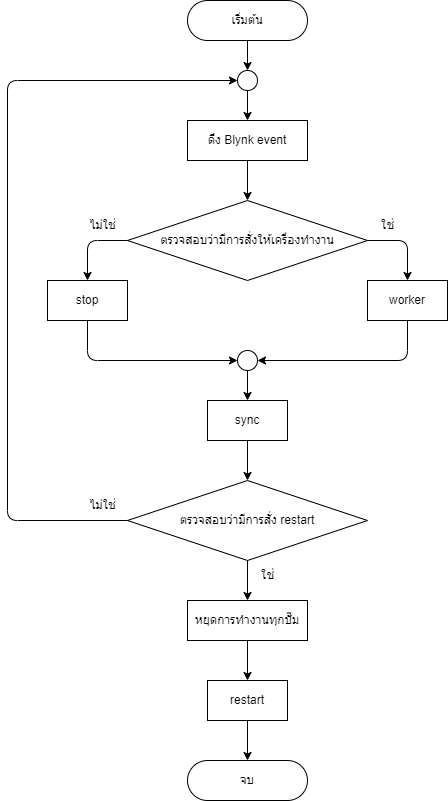
This is flowcharts/loop.png from thestampr/pHConditioner, a draw.io export, as it was before one commit. Source tidied: cells renumbered, new cells last; positions are measured from the earlier drawing's top-left corner, leaving out a move shared by most shapes.
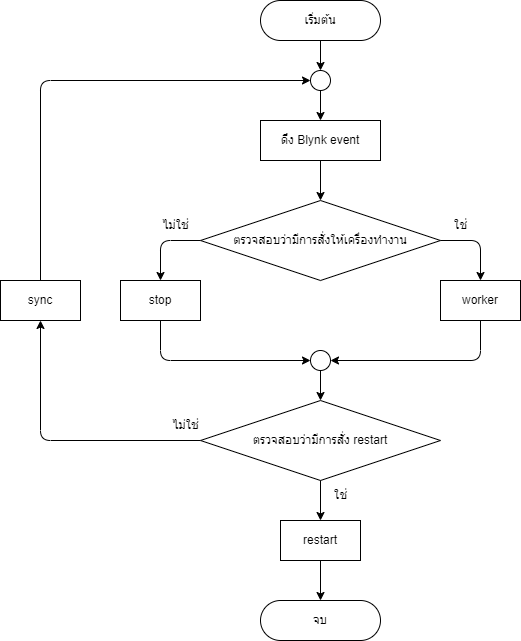
Above is the later version.

Change to the diagram source:
```diff
@@ -22,7 +22,7 @@
     <mxCell id="7" value="ดึง Blynk event" style="whiteSpace=wrap;html=1;rounded=0;labelBackgroundColor=none;comic=0;strokeColor=#000000;fontColor=#000000;fillColor=none;" parent="1" vertex="1">
       <mxGeometry x="260" y="120" width="120" height="40" as="geometry" />
     </mxCell>
-    <mxCell id="8" style="edgeStyle=none;html=1;strokeColor=#000000;fontColor=#000000;endArrow=classic;endFill=1;entryX=0.5;entryY=0;entryDx=0;entryDy=0;entryPerimeter=0;" parent="1" edge="1" source="9" target="30">
+    <mxCell id="8" style="edgeStyle=none;html=1;strokeColor=#000000;fontColor=#000000;endArrow=classic;endFill=1;entryX=0.5;entryY=0;entryDx=0;entryDy=0;" parent="1" edge="1" source="9" target="20">
       <mxGeometry relative="1" as="geometry" />
     </mxCell>
     <mxCell id="9" style="ellipse;whiteSpace=wrap;html=1;labelBackgroundColor=none;strokeColor=#000000;fontColor=#000000;fillColor=none;" parent="1" vertex="1">
@@ -72,59 +72,54 @@
         </Array>
       </mxGeometry>
     </mxCell>
-    <mxCell id="18" style="edgeStyle=none;html=1;strokeColor=#000000;fontColor=#000000;endArrow=classic;endFill=1;entryX=0;entryY=0.5;entryDx=0;entryDy=0;" parent="1" edge="1" source="20" target="4">
-      <mxGeometry relative="1" as="geometry">
-        <Array as="points">
-          <mxPoint x="80" y="520" />
-          <mxPoint x="80" y="80" />
-        </Array>
-      </mxGeometry>
-    </mxCell>
-    <mxCell id="19" style="edgeStyle=none;html=1;strokeColor=#000000;fontColor=#000000;endArrow=classic;endFill=1;" parent="1" edge="1" source="20">
-      <mxGeometry relative="1" as="geometry">
-        <mxPoint x="320" y="600" as="targetPoint" />
-      </mxGeometry>
+    <mxCell id="19" style="edgeStyle=none;html=1;strokeColor=#000000;fontColor=#000000;endArrow=classic;endFill=1;entryX=0.5;entryY=0;entryDx=0;entryDy=0;" parent="1" edge="1" source="20" target="27">
+      <mxGeometry relative="1" as="geometry" />
     </mxCell>
+    <mxCell id="33" style="edgeStyle=none;html=1;strokeColor=#000000;entryX=0.5;entryY=1;entryDx=0;entryDy=0;" parent="1" edge="1" source="20" target="30">
+      <mxGeometry relative="1" as="geometry">
+        <Array as="points">
+          <mxPoint x="40" y="440" />
+        </Array>
+      </mxGeometry>
+    </mxCell>
     <mxCell id="20" value="ตรวจสอบว่ามีการสั่ง restart" style="rhombus;whiteSpace=wrap;html=1;rounded=0;labelBackgroundColor=none;comic=0;strokeColor=#000000;fontColor=#000000;fillColor=none;" parent="1" vertex="1">
-      <mxGeometry x="200" y="480" width="240" height="80" as="geometry" />
+      <mxGeometry x="200" y="400" width="240" height="80" as="geometry" />
     </mxCell>
-    <mxCell id="21" style="edgeStyle=none;jettySize=auto;html=1;strokeColor=#000000;fontColor=#000000;endArrow=classic;endFill=1;entryX=0.5;entryY=0;entryDx=0;entryDy=0;exitX=0.5;exitY=1;exitDx=0;exitDy=0;" parent="1" edge="1" source="30" target="20">
-      <mxGeometry relative="1" as="geometry" />
-    </mxCell>
     <mxCell id="22" value="ใช่" style="text;html=1;align=center;verticalAlign=middle;strokeColor=none;fillColor=none;fontColor=#000000;" parent="1" vertex="1">
-      <mxGeometry x="320" y="560" width="40" height="30" as="geometry" />
+      <mxGeometry x="320" y="480" width="40" height="30" as="geometry" />
     </mxCell>
     <mxCell id="23" value="ไม่ใช่" style="text;html=1;align=center;verticalAlign=middle;strokeColor=none;fillColor=none;fontColor=#000000;" parent="1" vertex="1">
-      <mxGeometry x="150" y="490" width="50" height="30" as="geometry" />
+      <mxGeometry x="160" y="410" width="50" height="30" as="geometry" />
     </mxCell>
-    <mxCell id="24" style="edgeStyle=none;html=1;strokeColor=#000000;fontColor=#000000;endArrow=classic;endFill=1;" parent="1" edge="1" source="25" target="27">
-      <mxGeometry relative="1" as="geometry" />
-    </mxCell>
-    <mxCell id="25" value="หยุดการทำงานทุกปั๊ม" style="whiteSpace=wrap;html=1;rounded=0;labelBackgroundColor=none;comic=0;strokeColor=#000000;fontColor=#000000;fillColor=none;" parent="1" vertex="1">
-      <mxGeometry x="260" y="600" width="120" height="40" as="geometry" />
-    </mxCell>
     <mxCell id="26" style="edgeStyle=none;html=1;strokeColor=#000000;fontColor=#000000;endArrow=classic;endFill=1;" parent="1" edge="1" source="27">
       <mxGeometry relative="1" as="geometry">
-        <mxPoint x="320" y="760" as="targetPoint" />
+        <mxPoint x="320" y="600" as="targetPoint" />
       </mxGeometry>
     </mxCell>
     <mxCell id="27" value="restart" style="whiteSpace=wrap;html=1;rounded=0;labelBackgroundColor=none;comic=0;strokeColor=#000000;fontColor=#000000;fillColor=none;" parent="1" vertex="1">
-      <mxGeometry x="280" y="680" width="80" height="40" as="geometry" />
+      <mxGeometry x="280" y="520" width="80" height="40" as="geometry" />
     </mxCell>
     <mxCell id="28" value="จบ" style="rounded=1;whiteSpace=wrap;html=1;fontSize=12;glass=0;strokeWidth=1;shadow=0;arcSize=50;fillColor=none;strokeColor=#000000;fontColor=#000000;" parent="1" vertex="1">
-      <mxGeometry x="260" y="760" width="120" height="40" as="geometry" />
+      <mxGeometry x="260" y="600" width="120" height="40" as="geometry" />
     </mxCell>
     <mxCell id="29" value="เริ่มต้น" style="rounded=1;whiteSpace=wrap;html=1;fontSize=12;glass=0;strokeWidth=1;shadow=0;arcSize=50;fillColor=none;strokeColor=#000000;fontColor=#000000;" parent="1" vertex="1">
       <mxGeometry x="260" width="120" height="40" as="geometry" />
     </mxCell>
-    <mxCell id="30" value="sync" style="whiteSpace=wrap;html=1;rounded=0;labelBackgroundColor=none;comic=0;strokeColor=#000000;fontColor=#000000;fillColor=none;" parent="1" vertex="1">
-      <mxGeometry x="280" y="400" width="80" height="40" as="geometry" />
-    </mxCell>
     <mxCell id="31" value="stop" style="whiteSpace=wrap;html=1;rounded=0;labelBackgroundColor=none;comic=0;strokeColor=#000000;fontColor=#000000;fillColor=none;" parent="1" vertex="1">
       <mxGeometry x="120" y="280" width="80" height="40" as="geometry" />
     </mxCell>
     <mxCell id="32" value="worker" style="whiteSpace=wrap;html=1;rounded=0;labelBackgroundColor=none;comic=0;strokeColor=#000000;fontColor=#000000;fillColor=none;" parent="1" vertex="1">
       <mxGeometry x="440" y="280" width="80" height="40" as="geometry" />
     </mxCell>
+    <mxCell id="34" style="edgeStyle=none;html=1;strokeColor=#000000;entryX=0;entryY=0.5;entryDx=0;entryDy=0;" parent="1" edge="1" source="30" target="4">
+      <mxGeometry relative="1" as="geometry">
+        <Array as="points">
+          <mxPoint x="40" y="80" />
+        </Array>
+      </mxGeometry>
+    </mxCell>
+    <mxCell id="30" value="sync" style="whiteSpace=wrap;html=1;rounded=0;labelBackgroundColor=none;comic=0;strokeColor=#000000;fontColor=#000000;fillColor=none;" parent="1" vertex="1">
+      <mxGeometry y="280" width="80" height="40" as="geometry" />
+    </mxCell>
   </root>
 </mxGraphModel>
```
